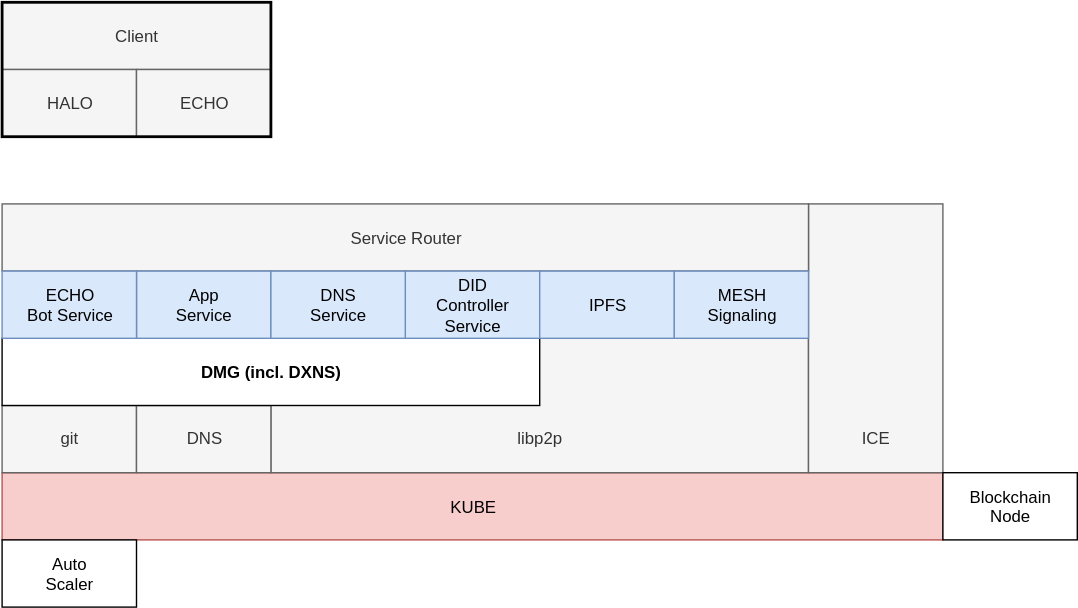
The draw.io diagram docs/design/diagrams/meta-graph.drawio.svg in dxos/dxos, before a commit. Source tidied: cells renumbered, new cells last; positions are measured from the earlier drawing's top-left corner, leaving out a move shared by most shapes.
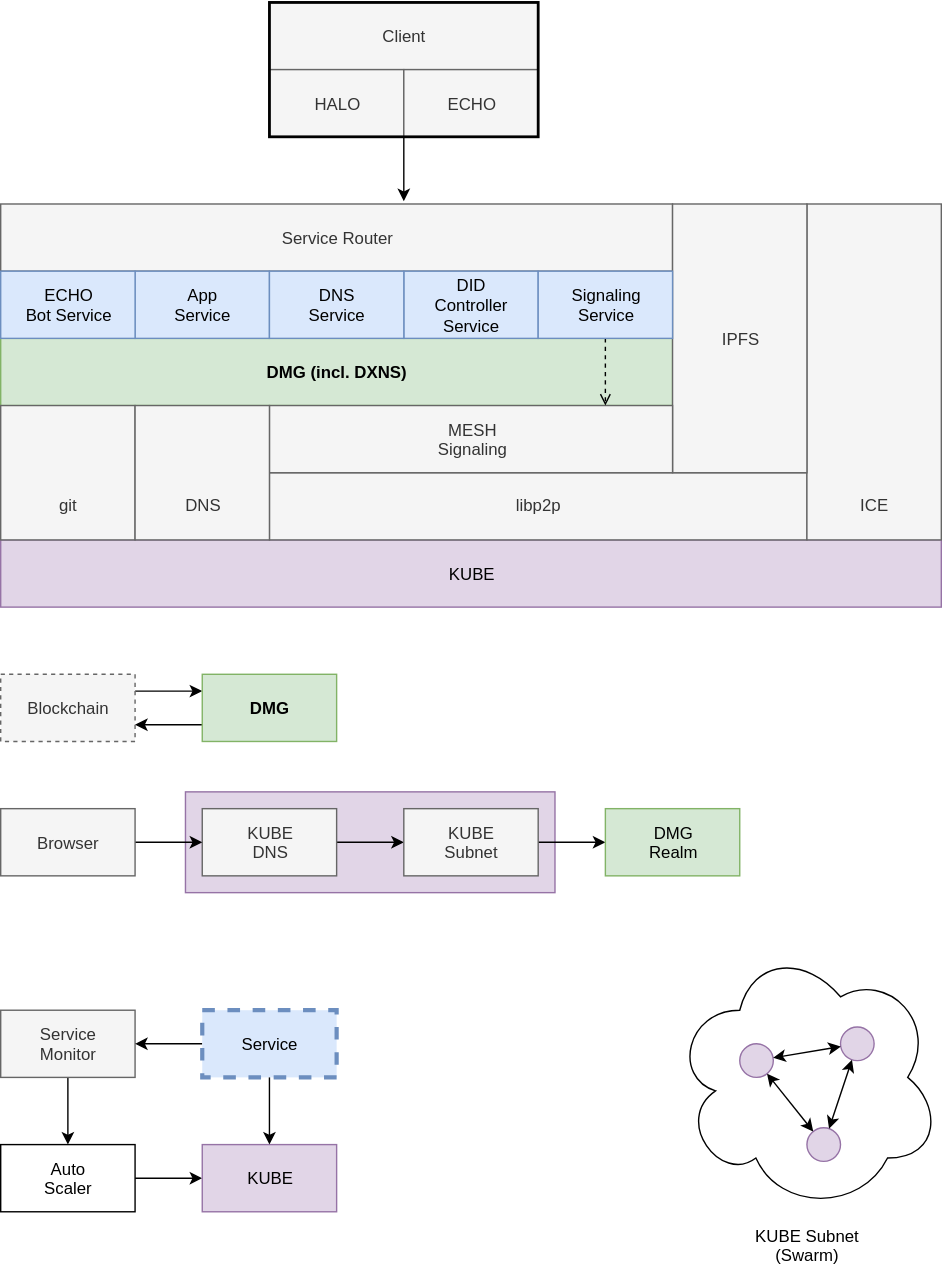
The same file after the commit.

The edit, as a diff of the source:
```diff
@@ -2,62 +2,156 @@
   <root>
     <mxCell id="0" />
     <mxCell id="1" parent="0" />
+    <mxCell id="21" style="rounded=0;whiteSpace=wrap;html=1;fillColor=#e1d5e7;strokeColor=#9673a6;" parent="1" vertex="1">
+      <mxGeometry x="132" y="516" width="264" height="72" as="geometry" />
+    </mxCell>
-    <mxCell id="2" value="KUBE" style="rounded=0;whiteSpace=wrap;html=1;fillColor=#f8cecc;strokeColor=#b85450;" parent="1" vertex="1">
+    <mxCell id="2" value="KUBE" style="rounded=0;whiteSpace=wrap;html=1;fillColor=#e1d5e7;strokeColor=#9673a6;" parent="1" vertex="1">
       <mxGeometry y="336" width="672" height="48" as="geometry" />
     </mxCell>
     <mxCell id="3" value="libp2p" style="rounded=0;whiteSpace=wrap;html=1;verticalAlign=bottom;spacingBottom=14;fillColor=#f5f5f5;strokeColor=#666666;fontColor=#333333;" parent="1" vertex="1">
-      <mxGeometry x="192" y="240" width="384" height="96" as="geometry" />
+      <mxGeometry x="192" y="288" width="384" height="48" as="geometry" />
     </mxCell>
-    <mxCell id="4" value="git" style="rounded=0;whiteSpace=wrap;html=1;verticalAlign=bottom;spacingBottom=14;fillColor=#f5f5f5;strokeColor=#666666;fontColor=#333333;" parent="1" vertex="1">
-      <mxGeometry y="288" width="96" height="48" as="geometry" />
-    </mxCell>
-    <mxCell id="5" value="DNS" style="rounded=0;whiteSpace=wrap;html=1;verticalAlign=bottom;spacingBottom=14;fillColor=#f5f5f5;strokeColor=#666666;fontColor=#333333;" parent="1" vertex="1">
-      <mxGeometry x="96" y="288" width="96" height="48" as="geometry" />
-    </mxCell>
-    <mxCell id="6" value="DMG (incl. DXNS)" style="rounded=0;whiteSpace=wrap;html=1;fontStyle=1;" parent="1" vertex="1">
-      <mxGeometry y="240" width="384" height="48" as="geometry" />
+    <mxCell id="6" value="DMG (incl. DXNS)" style="rounded=0;whiteSpace=wrap;html=1;fontStyle=1;fillColor=#d5e8d4;strokeColor=#82b366;" parent="1" vertex="1">
+      <mxGeometry y="192" width="480" height="48" as="geometry" />
     </mxCell>
     <mxCell id="7" value="ICE" style="rounded=0;whiteSpace=wrap;html=1;verticalAlign=bottom;spacingBottom=14;fillColor=#f5f5f5;strokeColor=#666666;fontColor=#333333;" parent="1" vertex="1">
-      <mxGeometry x="576" y="144" width="96" height="192" as="geometry" />
+      <mxGeometry x="576" y="96" width="96" height="240" as="geometry" />
     </mxCell>
     <mxCell id="8" value="Client" style="rounded=0;whiteSpace=wrap;html=1;fillColor=#f5f5f5;strokeColor=#666666;fontColor=#333333;" parent="1" vertex="1">
-      <mxGeometry width="192" height="48" as="geometry" />
+      <mxGeometry x="192" y="-48" width="192" height="48" as="geometry" />
     </mxCell>
     <mxCell id="9" value="HALO" style="rounded=0;whiteSpace=wrap;html=1;fillColor=#f5f5f5;strokeColor=#666666;fontColor=#333333;" parent="1" vertex="1">
-      <mxGeometry y="48" width="96" height="48" as="geometry" />
+      <mxGeometry x="192" width="96" height="48" as="geometry" />
     </mxCell>
     <mxCell id="10" value="ECHO" style="rounded=0;whiteSpace=wrap;html=1;fillColor=#f5f5f5;strokeColor=#666666;fontColor=#333333;" parent="1" vertex="1">
-      <mxGeometry x="96" y="48" width="96" height="48" as="geometry" />
+      <mxGeometry x="288" width="96" height="48" as="geometry" />
     </mxCell>
+    <mxCell id="22" style="edgeStyle=orthogonalEdgeStyle;rounded=0;jettySize=auto;html=1;exitX=1;exitY=0.25;exitDx=0;exitDy=0;entryX=0;entryY=0.25;entryDx=0;entryDy=0;" parent="1" edge="1" source="11" target="31">
+      <mxGeometry relative="1" as="geometry" />
+    </mxCell>
-    <mxCell id="11" value="Blockchain&lt;br&gt;Node" style="rounded=0;whiteSpace=wrap;html=1;" parent="1" vertex="1">
-      <mxGeometry x="672" y="336" width="96" height="48" as="geometry" />
+    <mxCell id="11" value="Blockchain" style="rounded=0;whiteSpace=wrap;html=1;fillColor=#f5f5f5;strokeColor=#666666;fontColor=#333333;dashed=1;" parent="1" vertex="1">
+      <mxGeometry y="432" width="96" height="48" as="geometry" />
     </mxCell>
     <mxCell id="12" value="Service Router" style="rounded=0;whiteSpace=wrap;html=1;fillColor=#f5f5f5;strokeColor=#666666;fontColor=#333333;" parent="1" vertex="1">
-      <mxGeometry y="144" width="576" height="48" as="geometry" />
+      <mxGeometry y="96" width="480" height="48" as="geometry" />
     </mxCell>
-    <mxCell id="13" value="MESH&lt;br&gt;Signaling" style="rounded=0;whiteSpace=wrap;html=1;fillColor=#dae8fc;strokeColor=#6c8ebf;" parent="1" vertex="1">
-      <mxGeometry x="480" y="192" width="96" height="48" as="geometry" />
-    </mxCell>
     <mxCell id="14" value="App&lt;br&gt;Service" style="rounded=0;whiteSpace=wrap;html=1;fillColor=#dae8fc;strokeColor=#6c8ebf;" parent="1" vertex="1">
-      <mxGeometry x="96" y="192" width="96" height="48" as="geometry" />
+      <mxGeometry x="96" y="144" width="96" height="48" as="geometry" />
     </mxCell>
     <mxCell id="15" value="DID&lt;br&gt;Controller&lt;br&gt;Service" style="rounded=0;whiteSpace=wrap;html=1;fillColor=#dae8fc;strokeColor=#6c8ebf;" parent="1" vertex="1">
-      <mxGeometry x="288" y="192" width="96" height="48" as="geometry" />
+      <mxGeometry x="288" y="144" width="96" height="48" as="geometry" />
     </mxCell>
     <mxCell id="16" value="DNS&lt;br&gt;Service" style="rounded=0;whiteSpace=wrap;html=1;fillColor=#dae8fc;strokeColor=#6c8ebf;" parent="1" vertex="1">
-      <mxGeometry x="192" y="192" width="96" height="48" as="geometry" />
+      <mxGeometry x="192" y="144" width="96" height="48" as="geometry" />
     </mxCell>
-    <mxCell id="17" value="IPFS" style="rounded=0;whiteSpace=wrap;html=1;fillColor=#dae8fc;strokeColor=#6c8ebf;" parent="1" vertex="1">
-      <mxGeometry x="384" y="192" width="96" height="48" as="geometry" />
+    <mxCell id="17" value="IPFS" style="rounded=0;whiteSpace=wrap;html=1;fillColor=#f5f5f5;strokeColor=#666666;fontColor=#333333;" parent="1" vertex="1">
+      <mxGeometry x="480" y="96" width="96" height="192" as="geometry" />
     </mxCell>
+    <mxCell id="23" style="edgeStyle=orthogonalEdgeStyle;rounded=0;jettySize=auto;html=1;exitX=0.5;exitY=1;exitDx=0;exitDy=0;entryX=0.166;entryY=-0.04;entryDx=0;entryDy=0;entryPerimeter=0;" parent="1" edge="1" source="18">
+      <mxGeometry relative="1" as="geometry">
+        <mxPoint x="288" y="94" as="targetPoint" />
+      </mxGeometry>
+    </mxCell>
     <mxCell id="18" style="rounded=0;whiteSpace=wrap;html=1;fillColor=none;strokeWidth=2;" parent="1" vertex="1">
-      <mxGeometry width="192" height="96" as="geometry" />
+      <mxGeometry x="192" y="-48" width="192" height="96" as="geometry" />
     </mxCell>
     <mxCell id="19" value="ECHO&lt;br&gt;Bot Service" style="rounded=0;whiteSpace=wrap;html=1;fillColor=#dae8fc;strokeColor=#6c8ebf;" parent="1" vertex="1">
-      <mxGeometry y="192" width="96" height="48" as="geometry" />
+      <mxGeometry y="144" width="96" height="48" as="geometry" />
     </mxCell>
+    <mxCell id="24" style="edgeStyle=orthogonalEdgeStyle;rounded=0;jettySize=auto;html=1;exitX=1;exitY=0.5;exitDx=0;exitDy=0;entryX=0;entryY=0.5;entryDx=0;entryDy=0;" parent="1" edge="1" source="20" target="27">
+      <mxGeometry relative="1" as="geometry" />
+    </mxCell>
     <mxCell id="20" value="Auto&lt;br&gt;Scaler" style="rounded=0;whiteSpace=wrap;html=1;" parent="1" vertex="1">
-      <mxGeometry y="384" width="96" height="48" as="geometry" />
+      <mxGeometry y="768" width="96" height="48" as="geometry" />
     </mxCell>
+    <mxCell id="25" style="edgeStyle=orthogonalEdgeStyle;rounded=0;jettySize=auto;html=1;exitX=0.5;exitY=1;exitDx=0;exitDy=0;entryX=0.5;entryY=0;entryDx=0;entryDy=0;" parent="1" edge="1" source="26" target="20">
+      <mxGeometry relative="1" as="geometry" />
+    </mxCell>
+    <mxCell id="26" value="Service&lt;br&gt;Monitor" style="rounded=0;whiteSpace=wrap;html=1;fillColor=#f5f5f5;strokeColor=#666666;fontColor=#333333;" parent="1" vertex="1">
+      <mxGeometry y="672" width="96" height="48" as="geometry" />
+    </mxCell>
+    <mxCell id="27" value="KUBE" style="rounded=0;whiteSpace=wrap;html=1;fillColor=#e1d5e7;strokeColor=#9673a6;" parent="1" vertex="1">
+      <mxGeometry x="144" y="768" width="96" height="48" as="geometry" />
+    </mxCell>
+    <mxCell id="28" style="edgeStyle=orthogonalEdgeStyle;rounded=0;jettySize=auto;html=1;exitX=0;exitY=0.5;exitDx=0;exitDy=0;" parent="1" edge="1" source="29" target="26">
+      <mxGeometry relative="1" as="geometry" />
+    </mxCell>
+    <mxCell id="29" value="Service" style="rounded=0;whiteSpace=wrap;html=1;fillColor=#dae8fc;strokeColor=#6c8ebf;strokeWidth=3;dashed=1;" parent="1" vertex="1">
+      <mxGeometry x="144" y="672" width="96" height="48" as="geometry" />
+    </mxCell>
+    <mxCell id="30" style="edgeStyle=orthogonalEdgeStyle;rounded=0;jettySize=auto;html=1;exitX=0;exitY=0.75;exitDx=0;exitDy=0;entryX=1;entryY=0.75;entryDx=0;entryDy=0;" parent="1" edge="1" source="31" target="11">
+      <mxGeometry relative="1" as="geometry" />
+    </mxCell>
+    <mxCell id="31" value="DMG" style="rounded=0;whiteSpace=wrap;html=1;fontStyle=1;fillColor=#d5e8d4;strokeColor=#82b366;" parent="1" vertex="1">
+      <mxGeometry x="144" y="432" width="96" height="48" as="geometry" />
+    </mxCell>
+    <mxCell id="32" value="KUBE Subnet&lt;br&gt;(Swarm)" style="rounded=0;whiteSpace=wrap;html=1;dashed=1;strokeColor=none;fillColor=none;" parent="1" vertex="1">
+      <mxGeometry x="504" y="816" width="144" height="48" as="geometry" />
+    </mxCell>
+    <mxCell id="33" style="edgeStyle=orthogonalEdgeStyle;rounded=0;jettySize=auto;html=1;exitX=1;exitY=0.5;exitDx=0;exitDy=0;entryX=0;entryY=0.5;entryDx=0;entryDy=0;startArrow=none;startFill=0;" parent="1" edge="1" source="34" target="38">
+      <mxGeometry relative="1" as="geometry" />
+    </mxCell>
+    <mxCell id="34" value="KUBE&lt;br&gt;DNS" style="rounded=0;whiteSpace=wrap;html=1;verticalAlign=middle;spacingBottom=0;fillColor=#f5f5f5;strokeColor=#666666;fontColor=#333333;" parent="1" vertex="1">
+      <mxGeometry x="144" y="528" width="96" height="48" as="geometry" />
+    </mxCell>
+    <mxCell id="35" style="edgeStyle=orthogonalEdgeStyle;rounded=0;jettySize=auto;html=1;exitX=1;exitY=0.5;exitDx=0;exitDy=0;entryX=0;entryY=0.5;entryDx=0;entryDy=0;startArrow=none;startFill=0;verticalAlign=middle;" parent="1" edge="1" source="36" target="34">
+      <mxGeometry relative="1" as="geometry" />
+    </mxCell>
+    <mxCell id="36" value="Browser" style="rounded=0;whiteSpace=wrap;html=1;verticalAlign=middle;spacingBottom=0;fillColor=#f5f5f5;strokeColor=#666666;fontColor=#333333;" parent="1" vertex="1">
+      <mxGeometry y="528" width="96" height="48" as="geometry" />
+    </mxCell>
+    <mxCell id="37" style="edgeStyle=orthogonalEdgeStyle;rounded=0;jettySize=auto;html=1;exitX=1;exitY=0.5;exitDx=0;exitDy=0;startArrow=none;startFill=0;" parent="1" edge="1" source="38" target="39">
+      <mxGeometry relative="1" as="geometry" />
+    </mxCell>
+    <mxCell id="38" value="KUBE&lt;br&gt;Subnet" style="rounded=0;whiteSpace=wrap;html=1;verticalAlign=middle;spacingBottom=0;fillColor=#f5f5f5;strokeColor=#666666;fontColor=#333333;" parent="1" vertex="1">
+      <mxGeometry x="288" y="528" width="96" height="48" as="geometry" />
+    </mxCell>
+    <mxCell id="39" value="DMG&lt;br&gt;Realm" style="rounded=0;whiteSpace=wrap;html=1;verticalAlign=middle;spacingBottom=0;fillColor=#d5e8d4;strokeColor=#82b366;" parent="1" vertex="1">
+      <mxGeometry x="432" y="528" width="96" height="48" as="geometry" />
+    </mxCell>
+    <mxCell id="13" value="MESH&lt;br&gt;Signaling" style="rounded=0;whiteSpace=wrap;html=1;fillColor=#f5f5f5;strokeColor=#666666;fontColor=#333333;" parent="1" vertex="1">
+      <mxGeometry x="192" y="240" width="288" height="48" as="geometry" />
+    </mxCell>
+    <mxCell id="4" value="git" style="rounded=0;whiteSpace=wrap;html=1;verticalAlign=bottom;spacingBottom=14;fillColor=#f5f5f5;strokeColor=#666666;fontColor=#333333;" parent="1" vertex="1">
+      <mxGeometry y="240" width="96" height="96" as="geometry" />
+    </mxCell>
+    <mxCell id="5" value="DNS" style="rounded=0;whiteSpace=wrap;html=1;verticalAlign=bottom;spacingBottom=14;fillColor=#f5f5f5;strokeColor=#666666;fontColor=#333333;" parent="1" vertex="1">
+      <mxGeometry x="96" y="240" width="96" height="96" as="geometry" />
+    </mxCell>
+    <mxCell id="40" style="ellipse;shape=cloud;whiteSpace=wrap;html=1;strokeWidth=1;fillColor=none;" parent="1" vertex="1">
+      <mxGeometry x="480" y="624" width="192" height="192" as="geometry" />
+    </mxCell>
+    <mxCell id="41" style="group;" parent="1" vertex="1">
+      <mxGeometry x="528" y="684" width="96" height="96" as="geometry" />
+    </mxCell>
+    <mxCell id="42" style="ellipse;whiteSpace=wrap;html=1;strokeWidth=1;fillColor=#e1d5e7;strokeColor=#9673a6;" parent="41" vertex="1">
+      <mxGeometry y="12" width="24" height="24" as="geometry" />
+    </mxCell>
+    <mxCell id="43" style="ellipse;whiteSpace=wrap;html=1;strokeWidth=1;fillColor=#e1d5e7;strokeColor=#9673a6;" parent="41" vertex="1">
+      <mxGeometry x="72" width="24" height="24" as="geometry" />
+    </mxCell>
+    <mxCell id="44" style="ellipse;whiteSpace=wrap;html=1;strokeWidth=1;fillColor=#e1d5e7;strokeColor=#9673a6;" parent="41" vertex="1">
+      <mxGeometry x="48" y="72" width="24" height="24" as="geometry" />
+    </mxCell>
+    <mxCell id="45" style="endArrow=classic;html=1;startArrow=classic;startFill=1;" parent="41" edge="1" source="42" target="43">
+      <mxGeometry relative="1" as="geometry" />
+    </mxCell>
+    <mxCell id="46" style="endArrow=classic;html=1;startArrow=classic;startFill=1;" parent="41" edge="1" source="42" target="44">
+      <mxGeometry relative="1" as="geometry" />
+    </mxCell>
+    <mxCell id="47" style="endArrow=classic;html=1;startArrow=classic;startFill=1;" parent="41" edge="1" source="44" target="43">
+      <mxGeometry relative="1" as="geometry" />
+    </mxCell>
+    <mxCell id="48" style="edgeStyle=orthogonalEdgeStyle;rounded=0;jettySize=auto;html=1;exitX=0.5;exitY=1;exitDx=0;exitDy=0;entryX=0.5;entryY=0;entryDx=0;entryDy=0;startArrow=none;startFill=0;" parent="1" edge="1" source="29" target="27">
+      <mxGeometry relative="1" as="geometry" />
+    </mxCell>
+    <mxCell id="49" style="edgeStyle=orthogonalEdgeStyle;rounded=0;jettySize=auto;html=1;exitX=0.5;exitY=1;exitDx=0;exitDy=0;startArrow=none;startFill=0;dashed=1;endArrow=open;endFill=0;" parent="1" edge="1" source="50">
+      <mxGeometry relative="1" as="geometry">
+        <mxPoint x="432" y="240" as="targetPoint" />
+      </mxGeometry>
+    </mxCell>
+    <mxCell id="50" value="Signaling&lt;br&gt;Service" style="rounded=0;whiteSpace=wrap;html=1;fillColor=#dae8fc;strokeColor=#6c8ebf;" parent="1" vertex="1">
+      <mxGeometry x="384" y="144" width="96" height="48" as="geometry" />
+    </mxCell>
   </root>
 </mxGraphModel>
```
